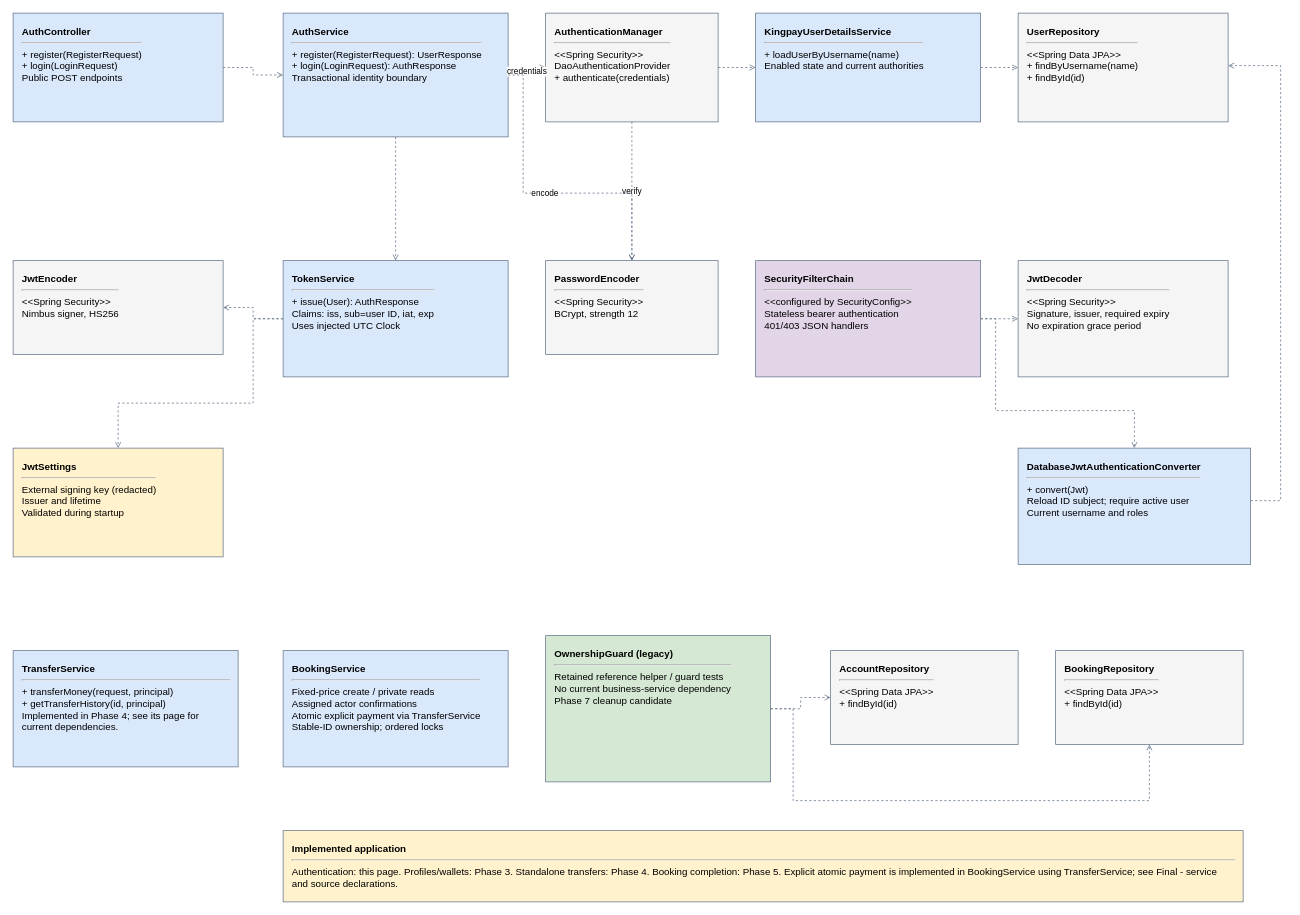
This is page "Phase 2 security" (2 of 14) of Kingpay.drawio from ezra-jeo/MCO1-ezra-jeo, a draw.io file, before an edit. Source tidied: cells renumbered, new cells numbered last; positions are measured from the earlier drawing's top-left corner, leaving out a move shared by most shapes. Both pictures are drawn from the tidied source at 75%, with x=0, y=0 at pixel (13, 13).
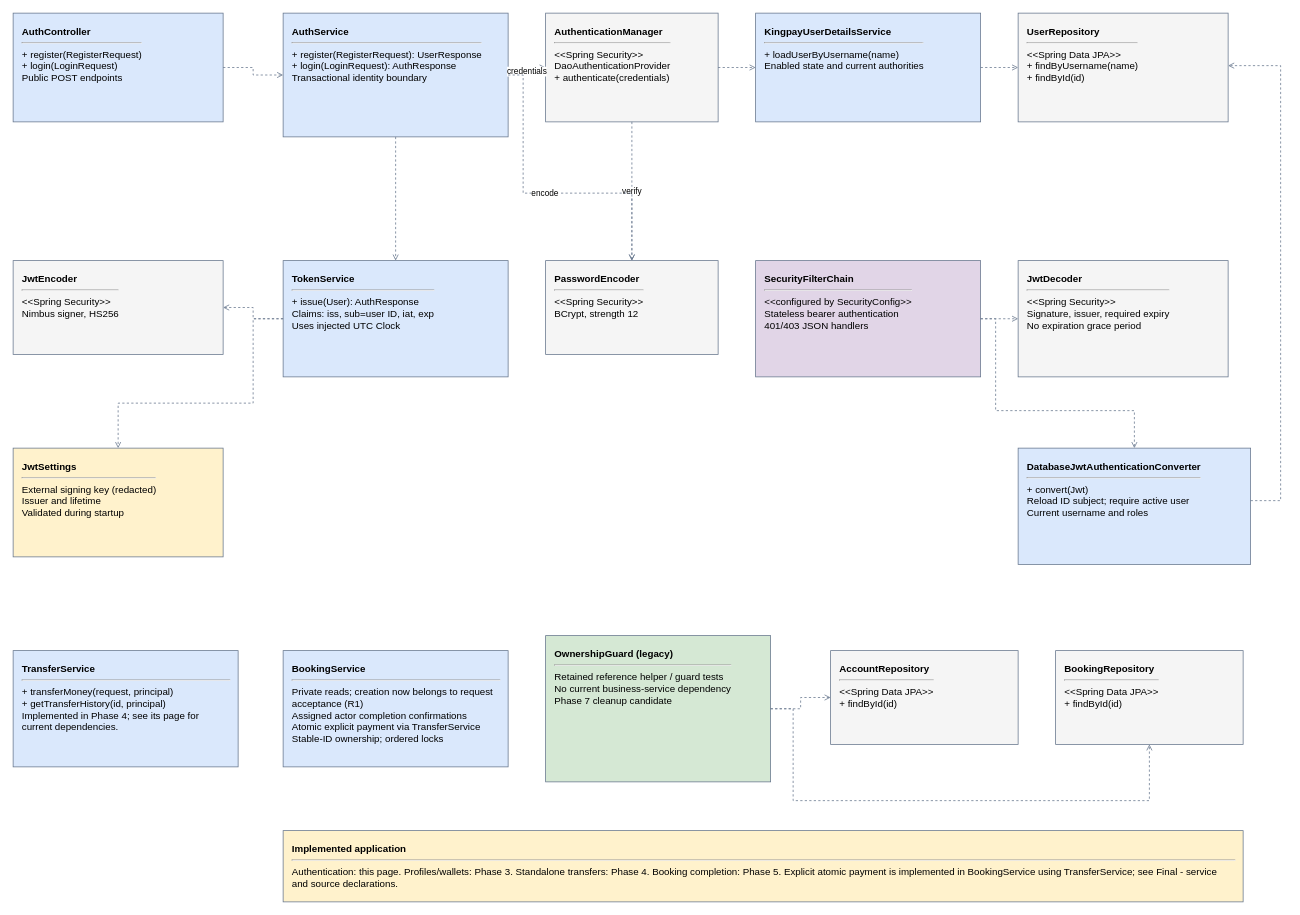
Above is the later version.

What changed in the source:
```diff
@@
-    <mxCell id="15" value="&lt;b&gt;BookingService&lt;/b&gt;&lt;hr&gt;Fixed-price create / private reads&lt;br&gt;Assigned actor confirmations&lt;br&gt;Atomic explicit payment via TransferService&lt;br&gt;Stable-ID ownership; ordered locks" style="html=1;whiteSpace=wrap;rounded=0;align=left;verticalAlign=top;spacing=12;fontSize=13;fontFamily=Helvetica;strokeColor=#64748B;fillColor=#DAE8FC;" parent="1" vertex="1">
+    <mxCell id="15" value="&lt;b&gt;BookingService&lt;/b&gt;&lt;hr&gt;Private reads; creation now belongs to request acceptance (R1)&lt;br&gt;Assigned actor completion confirmations&lt;br&gt;Atomic explicit payment via TransferService&lt;br&gt;Stable-ID ownership; ordered locks" style="html=1;whiteSpace=wrap;rounded=0;align=left;verticalAlign=top;spacing=12;fontSize=13;fontFamily=Helvetica;strokeColor=#64748B;fillColor=#DAE8FC;" parent="1" vertex="1">
       <mxGeometry x="360" y="850" width="300" height="155" as="geometry" />
     </mxCell>
```
